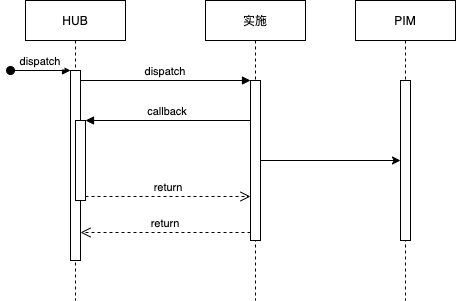
The draw.io diagram Untitled Diagram.png in zq2020520/diagrams, before a commit. Source tidied: cells renumbered, new cells last; positions are measured from the earlier drawing's top-left corner, leaving out a move shared by most shapes.
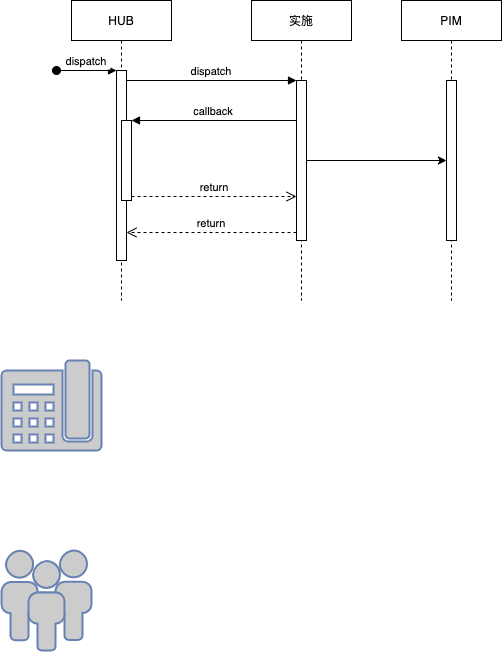
The same file after the commit.

Diff of the diagram source:
```diff
@@ -43,5 +43,11 @@
     <mxCell id="14" style="edgeStyle=orthogonalEdgeStyle;rounded=0;jettySize=auto;html=1;" parent="1" edge="1" source="7" target="13">
       <mxGeometry relative="1" as="geometry" />
     </mxCell>
+    <mxCell id="15" style="fontColor=#0066CC;verticalAlign=top;verticalLabelPosition=bottom;labelPosition=center;align=center;html=1;fillColor=#CCCCCC;strokeColor=#6881B3;gradientColor=none;gradientDirection=north;strokeWidth=2;shape=mxgraph.networks.phone_2;" parent="1" vertex="1">
+      <mxGeometry x="-55" y="360" width="100" height="90" as="geometry" />
+    </mxCell>
+    <mxCell id="16" style="fontColor=#0066CC;verticalAlign=top;verticalLabelPosition=bottom;labelPosition=center;align=center;html=1;fillColor=#CCCCCC;strokeColor=#6881B3;gradientColor=none;gradientDirection=north;strokeWidth=2;shape=mxgraph.networks.users;" parent="1" vertex="1">
+      <mxGeometry x="-55" y="550" width="90" height="100" as="geometry" />
+    </mxCell>
   </root>
 </mxGraphModel>
```
